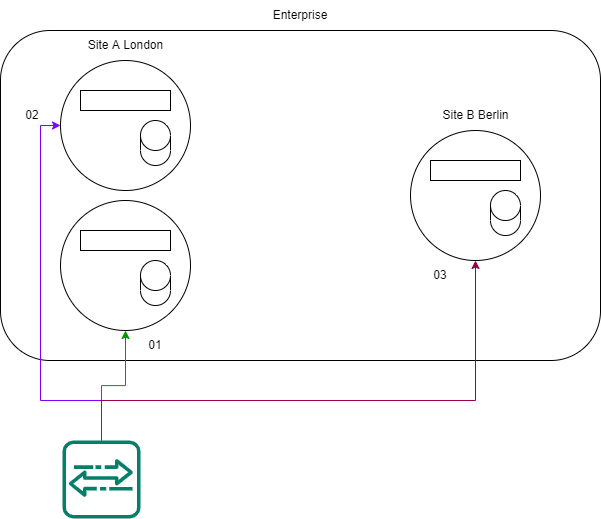
Before: images/Imprivata.drawio.png, a diagram exported from draw.io (Radriverron/radriverron.github.io). Source tidied: cells renumbered, new cells last; positions are measured from the earlier drawing's top-left corner, leaving out a move shared by most shapes.
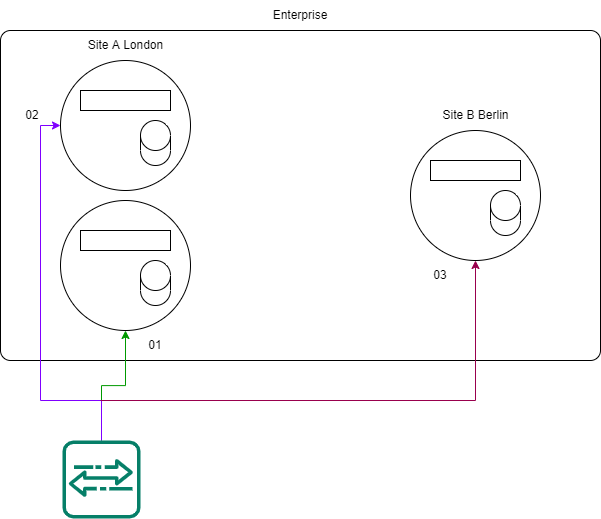
Later version of the same file.

Change to the diagram source:
```diff
@@ -2,7 +2,7 @@
   <root>
     <mxCell id="0" />
     <mxCell id="1" parent="0" />
-    <mxCell id="2" style="rounded=1;whiteSpace=wrap;html=1;" parent="1" vertex="1">
+    <mxCell id="2" style="rounded=1;whiteSpace=wrap;html=1;absoluteArcSize=1;" parent="1" vertex="1">
       <mxGeometry y="30" width="600" height="330" as="geometry" />
     </mxCell>
     <mxCell id="3" style="ellipse;whiteSpace=wrap;html=1;" parent="1" vertex="1">
```
